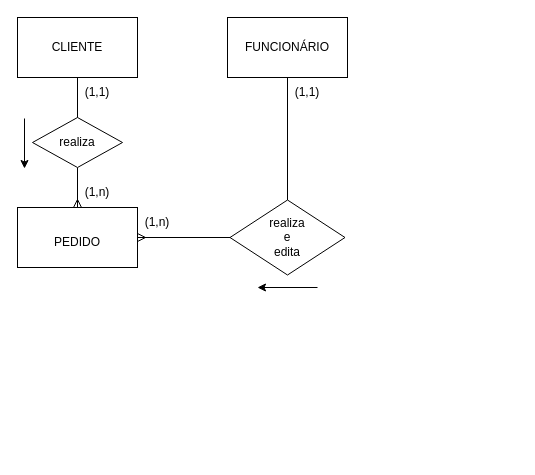
Earlier version of the draw.io diagram docs/Diagrama conceitual.drawio (gabrielruizmb/pizzaria-api). Source tidied: cells renumbered, new cells numbered last; positions are measured from the earlier drawing's top-left corner, leaving out a move shared by most shapes. Both pictures are drawn from the tidied source at 100%, with x=0, y=0 at pixel (17, -13).
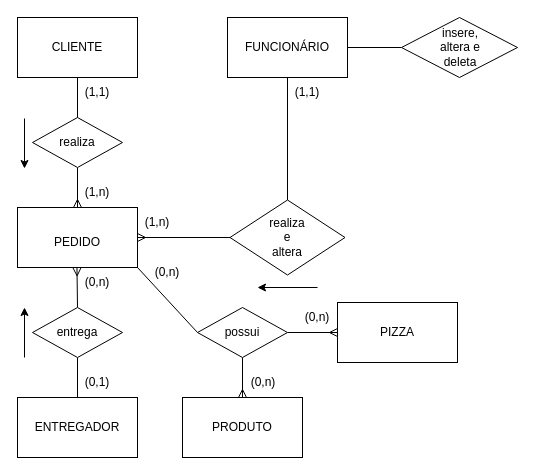
After the change.

The change refers to these unchanged cells:
```xml
<mxCell id="10" style="rounded=0;whiteSpace=wrap;html=1;" parent="1" vertex="1">
  <mxGeometry y="220" width="120" height="60" as="geometry" />
</mxCell>
<mxCell id="19" style="rounded=0;whiteSpace=wrap;html=1;" parent="1" vertex="1">
  <mxGeometry x="210" y="30" width="120" height="60" as="geometry" />
</mxCell>
```

Change to the diagram source:
```diff
@@
+    <mxCell id="27" style="rounded=0;jettySize=auto;html=1;exitX=1;exitY=1;exitDx=0;exitDy=0;entryX=0;entryY=0.5;entryDx=0;entryDy=0;endArrow=none;endFill=0;" parent="1" edge="1" source="10" target="44">
+      <mxGeometry relative="1" as="geometry" />
+    </mxCell>
@@
+    <mxCell id="28" style="edgeStyle=orthogonalEdgeStyle;rounded=0;jettySize=auto;html=1;exitX=1;exitY=0.5;exitDx=0;exitDy=0;entryX=0;entryY=0.5;entryDx=0;entryDy=0;endArrow=none;endFill=0;" parent="1" edge="1" source="19" target="29">
+      <mxGeometry relative="1" as="geometry" />
+    </mxCell>
@@
-    <mxCell id="23" value="realiza&lt;br&gt;e&lt;br&gt;edita" style="text;html=1;strokeColor=none;fillColor=none;align=center;verticalAlign=middle;whiteSpace=wrap;rounded=0;" parent="1" vertex="1">
+    <mxCell id="23" value="realiza&lt;br&gt;e&lt;br&gt;altera" style="text;html=1;strokeColor=none;fillColor=none;align=center;verticalAlign=middle;whiteSpace=wrap;rounded=0;" parent="1" vertex="1">
       <mxGeometry x="240" y="235" width="60" height="30" as="geometry" />
     </mxCell>
@@
+    <mxCell id="29" style="rhombus;whiteSpace=wrap;html=1;" parent="1" vertex="1">
+      <mxGeometry x="384" y="30" width="116" height="60" as="geometry" />
+    </mxCell>
+    <mxCell id="30" value="insere,&lt;br&gt;altera e&lt;br&gt;deleta" style="text;html=1;strokeColor=none;fillColor=none;align=center;verticalAlign=middle;whiteSpace=wrap;rounded=0;" parent="1" vertex="1">
+      <mxGeometry x="413" y="45" width="60" height="30" as="geometry" />
+    </mxCell>
+    <mxCell id="31" style="rounded=0;whiteSpace=wrap;html=1;" parent="1" vertex="1">
+      <mxGeometry y="410" width="120" height="60" as="geometry" />
+    </mxCell>
+    <mxCell id="32" value="ENTREGADOR" style="text;html=1;strokeColor=none;fillColor=none;align=center;verticalAlign=middle;whiteSpace=wrap;rounded=0;" parent="1" vertex="1">
+      <mxGeometry x="30" y="425" width="60" height="30" as="geometry" />
+    </mxCell>
+    <mxCell id="33" style="edgeStyle=orthogonalEdgeStyle;rounded=0;jettySize=auto;html=1;exitX=0.5;exitY=1;exitDx=0;exitDy=0;entryX=0.5;entryY=0;entryDx=0;entryDy=0;endArrow=none;endFill=0;" parent="1" edge="1" source="35" target="31">
+      <mxGeometry relative="1" as="geometry" />
+    </mxCell>
+    <mxCell id="34" style="edgeStyle=orthogonalEdgeStyle;rounded=0;jettySize=auto;html=1;exitX=0.5;exitY=0;exitDx=0;exitDy=0;entryX=0.158;entryY=0.011;entryDx=0;entryDy=0;entryPerimeter=0;endArrow=ERmany;endFill=0;" parent="1" edge="1" source="35" target="37">
+      <mxGeometry relative="1" as="geometry" />
+    </mxCell>
+    <mxCell id="35" style="rhombus;whiteSpace=wrap;html=1;" parent="1" vertex="1">
+      <mxGeometry x="15" y="320" width="90" height="50" as="geometry" />
+    </mxCell>
+    <mxCell id="36" value="entrega" style="text;html=1;strokeColor=none;fillColor=none;align=center;verticalAlign=middle;whiteSpace=wrap;rounded=0;" parent="1" vertex="1">
+      <mxGeometry x="30" y="330" width="60" height="30" as="geometry" />
+    </mxCell>
+    <mxCell id="37" value="(0,n)" style="text;html=1;strokeColor=none;fillColor=none;align=center;verticalAlign=middle;whiteSpace=wrap;rounded=0;" parent="1" vertex="1">
+      <mxGeometry x="50" y="280" width="60" height="30" as="geometry" />
+    </mxCell>
+    <mxCell id="38" value="(0,1)" style="text;html=1;strokeColor=none;fillColor=none;align=center;verticalAlign=middle;whiteSpace=wrap;rounded=0;" parent="1" vertex="1">
+      <mxGeometry x="50" y="380" width="60" height="30" as="geometry" />
+    </mxCell>
+    <mxCell id="39" style="endArrow=classic;html=1;rounded=0;" parent="1" edge="1">
+      <mxGeometry relative="1" as="geometry">
+        <mxPoint x="7" y="370" as="sourcePoint" />
+        <mxPoint x="7" y="320" as="targetPoint" />
+      </mxGeometry>
+    </mxCell>
+    <mxCell id="40" style="rounded=0;whiteSpace=wrap;html=1;" parent="1" vertex="1">
+      <mxGeometry x="165" y="410" width="120" height="60" as="geometry" />
+    </mxCell>
+    <mxCell id="41" value="PRODUTO" style="text;html=1;strokeColor=none;fillColor=none;align=center;verticalAlign=middle;whiteSpace=wrap;rounded=0;" parent="1" vertex="1">
+      <mxGeometry x="195" y="425" width="60" height="30" as="geometry" />
+    </mxCell>
+    <mxCell id="42" style="edgeStyle=orthogonalEdgeStyle;rounded=0;jettySize=auto;html=1;exitX=0.5;exitY=1;exitDx=0;exitDy=0;entryX=0.5;entryY=0;entryDx=0;entryDy=0;endArrow=ERmany;endFill=0;" parent="1" edge="1" source="44" target="40">
+      <mxGeometry relative="1" as="geometry" />
+    </mxCell>
+    <mxCell id="43" style="edgeStyle=orthogonalEdgeStyle;rounded=0;jettySize=auto;html=1;exitX=1;exitY=0.5;exitDx=0;exitDy=0;entryX=0;entryY=0.5;entryDx=0;entryDy=0;endArrow=ERmany;endFill=0;" parent="1" edge="1" source="44" target="46">
+      <mxGeometry relative="1" as="geometry" />
+    </mxCell>
+    <mxCell id="44" style="rhombus;whiteSpace=wrap;html=1;" parent="1" vertex="1">
+      <mxGeometry x="180" y="320" width="90" height="50" as="geometry" />
+    </mxCell>
+    <mxCell id="45" value="possui" style="text;html=1;strokeColor=none;fillColor=none;align=center;verticalAlign=middle;whiteSpace=wrap;rounded=0;" parent="1" vertex="1">
+      <mxGeometry x="195" y="330" width="60" height="30" as="geometry" />
+    </mxCell>
+    <mxCell id="46" style="rounded=0;whiteSpace=wrap;html=1;" parent="1" vertex="1">
+      <mxGeometry x="320" y="315" width="120" height="60" as="geometry" />
+    </mxCell>
+    <mxCell id="47" value="PIZZA" style="text;html=1;strokeColor=none;fillColor=none;align=center;verticalAlign=middle;whiteSpace=wrap;rounded=0;" parent="1" vertex="1">
+      <mxGeometry x="350" y="330" width="60" height="30" as="geometry" />
+    </mxCell>
+    <mxCell id="48" value="(0,n)" style="text;html=1;strokeColor=none;fillColor=none;align=center;verticalAlign=middle;whiteSpace=wrap;rounded=0;" parent="1" vertex="1">
+      <mxGeometry x="120" y="270" width="60" height="30" as="geometry" />
+    </mxCell>
+    <mxCell id="49" value="(0,n)" style="text;html=1;strokeColor=none;fillColor=none;align=center;verticalAlign=middle;whiteSpace=wrap;rounded=0;" parent="1" vertex="1">
+      <mxGeometry x="216" y="380" width="60" height="30" as="geometry" />
+    </mxCell>
+    <mxCell id="50" value="(0,n)" style="text;html=1;strokeColor=none;fillColor=none;align=center;verticalAlign=middle;whiteSpace=wrap;rounded=0;" parent="1" vertex="1">
+      <mxGeometry x="270" y="315" width="60" height="30" as="geometry" />
+    </mxCell>
```
